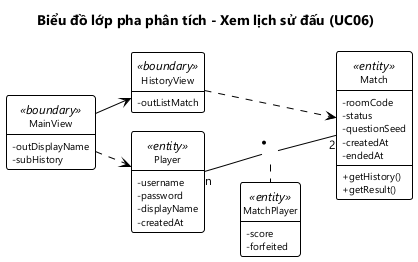
Before: docs/hung/lop-phan-tich-uc06.png, a diagram exported from PlantUML (HungNguyenBa1811/math-dash).
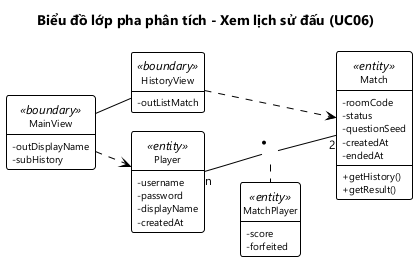
After the commit.

What changed in the source:
```diff
@@ -30,7 +30,7 @@
   - forfeited
 }
 
-MainView --> HistoryView
+MainView -- HistoryView
 MainView ..> Player
 HistoryView ..> Match
 Player "n" -- "2" Match
```
